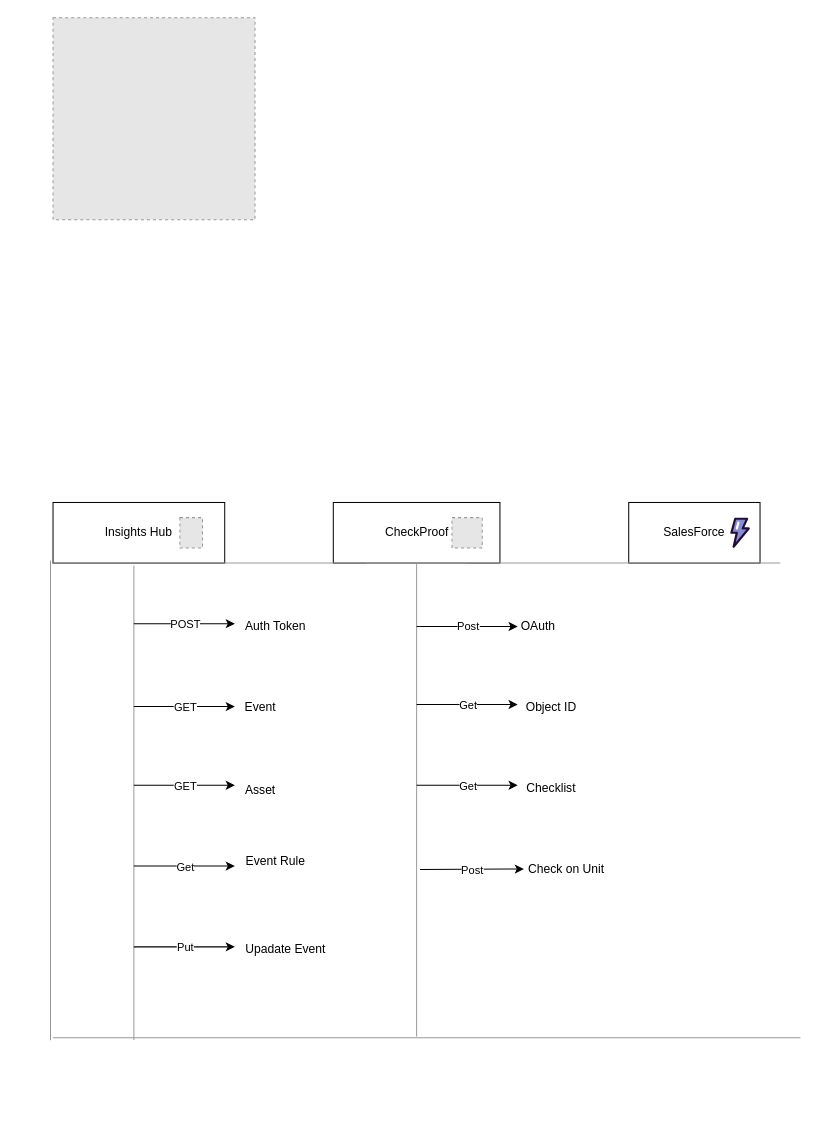
The draw.io diagram LLD.drawio in karthick-ridgeback/test, before the edit. Source tidied: cells renumbered, new cells numbered last; positions are measured from the earlier drawing's top-left corner, leaving out a move shared by most shapes. Both pictures are drawn from the tidied source at 101%, with x=0, y=0 at pixel (-190, 17). Pictures stored in the file or linked from it are replaced by grey dashed boxes.
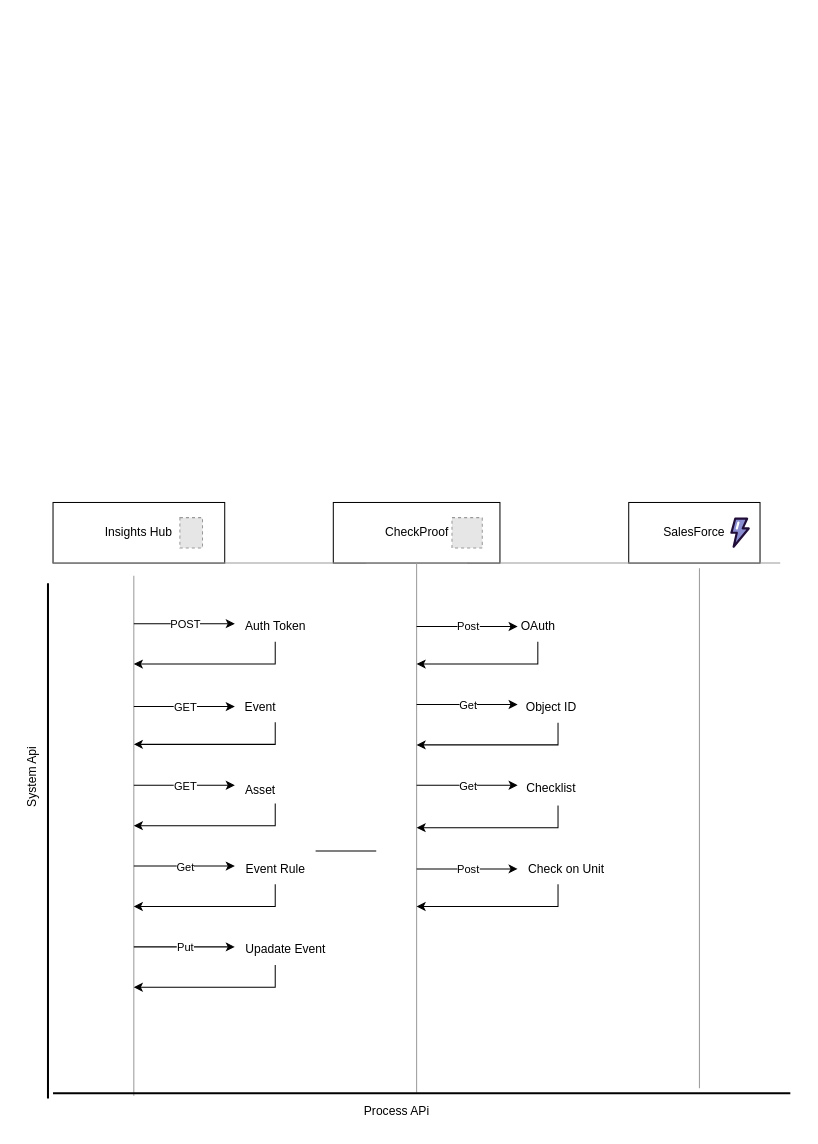
Above is the later version.

Unchanged cells that the change refers to:
```xml
<mxCell id="11" value="Auth Token" style="text;html=1;align=center;verticalAlign=middle;points=[];strokeColor=none;fillColor=none;" parent="1" vertex="1">
  <mxGeometry x="420" y="588" width="80" height="30" as="geometry" />
</mxCell>
```

Change to the diagram source:
```diff
@@
     <mxCell id="7" style="verticalLabelPosition=bottom;shadow=0;dashed=0;align=center;html=1;verticalAlign=top;strokeWidth=1;shape=mxgraph.mockup.markup.line;strokeColor=#999999;rotation=90;" parent="1" vertex="1">
-      <mxGeometry x="85.2" y="767.4" width="469.7" height="20" as="geometry" />
+      <mxGeometry x="62.6" y="800" width="514.8" height="20" as="geometry" />
     </mxCell>
     <mxCell id="8" style="verticalLabelPosition=bottom;shadow=0;dashed=0;align=center;html=1;verticalAlign=top;strokeWidth=1;shape=mxgraph.mockup.markup.line;strokeColor=#999999;rotation=90;" parent="1" vertex="1">
-      <mxGeometry x="365.6" y="764.4" width="468.8" height="20" as="geometry" />
+      <mxGeometry x="337.8" y="792.2" width="524.4" height="20" as="geometry" />
     </mxCell>
@@
+    <mxCell id="42" style="edgeStyle=orthogonalEdgeStyle;rounded=0;jettySize=auto;html=1;" parent="1" edge="1" source="11">
+      <mxGeometry relative="1" as="geometry">
+        <mxPoint x="320" y="640" as="targetPoint" />
+        <Array as="points">
+          <mxPoint x="460" y="640" />
+          <mxPoint x="320" y="640" />
+        </Array>
+      </mxGeometry>
+    </mxCell>
@@
     <mxCell id="20" value="Event Rule" style="text;html=1;align=center;verticalAlign=middle;strokeColor=none;fillColor=none;" parent="1" vertex="1">
-      <mxGeometry x="420" y="820" width="80" height="30" as="geometry" />
+      <mxGeometry x="420" y="828" width="80" height="30" as="geometry" />
     </mxCell>
@@
-    <mxCell id="33" style="endArrow=classic;html=1;rounded=0;exitX=0.647;exitY=0.334;exitDx=0;exitDy=0;exitPerimeter=0;" parent="1" edge="1" source="8">
-      <mxGeometry relative="1" as="geometry">
-        <mxPoint x="706.2" y="842.9" as="targetPoint" />
-      </mxGeometry>
-    </mxCell>
-    <mxCell id="34" value="Post" style="edgeLabel;html=1;align=center;verticalAlign=middle;" parent="33" vertex="1">
-      <mxGeometry relative="1" as="geometry" />
-    </mxCell>
@@
-    <mxCell id="36" style="verticalLabelPosition=bottom;shadow=0;dashed=0;align=center;html=1;verticalAlign=top;strokeWidth=1;shape=mxgraph.mockup.markup.line;strokeColor=#999999;" parent="1" vertex="1">
-      <mxGeometry x="240" y="1000" width="740" height="20" as="geometry" />
-    </mxCell>
-    <mxCell id="37" style="verticalLabelPosition=bottom;shadow=0;dashed=0;align=center;html=1;verticalAlign=top;strokeWidth=1;shape=mxgraph.mockup.markup.line;strokeColor=#999999;rotation=90;" parent="1" vertex="1">
-      <mxGeometry y="765" width="475" height="20" as="geometry" />
-    </mxCell>
@@
-    <mxCell id="39" style="fillColor=#E6E6E6;strokeColor=#999999;dashed=1;verticalLabelPosition=bottom;labelBackgroundColor=default;verticalAlign=top;" parent="1" vertex="1">
-      <mxGeometry x="240" width="200" height="200" as="geometry" />
-    </mxCell>
@@
+    <mxCell id="43" value="System Api" style="text;html=1;align=center;verticalAlign=middle;strokeColor=none;fillColor=none;rotation=-90;" parent="1" vertex="1">
+      <mxGeometry x="180" y="737.4" width="80" height="30" as="geometry" />
+    </mxCell>
+    <mxCell id="44" style="edgeStyle=orthogonalEdgeStyle;rounded=0;orthogonalLoop=1;jettySize=auto;html=1;" parent="1" edge="1">
+      <mxGeometry relative="1" as="geometry">
+        <mxPoint x="720" y="620" as="sourcePoint" />
+        <mxPoint x="600" y="640" as="targetPoint" />
+        <Array as="points">
+          <mxPoint x="720" y="618" />
+          <mxPoint x="720" y="640" />
+        </Array>
+      </mxGeometry>
+    </mxCell>
+    <mxCell id="45" style="line;strokeWidth=2;html=1;" parent="1" vertex="1">
+      <mxGeometry x="240" y="1060" width="730" height="10" as="geometry" />
+    </mxCell>
+    <mxCell id="46" value="Process APi" style="text;html=1;align=center;verticalAlign=middle;strokeColor=none;fillColor=none;" parent="1" vertex="1">
+      <mxGeometry x="535" y="1068" width="90" height="30" as="geometry" />
+    </mxCell>
+    <mxCell id="47" style="edgeStyle=orthogonalEdgeStyle;rounded=0;orthogonalLoop=1;jettySize=auto;html=1;" parent="1" edge="1">
+      <mxGeometry relative="1" as="geometry">
+        <mxPoint x="460" y="697.5" as="sourcePoint" />
+        <mxPoint x="320" y="719.5" as="targetPoint" />
+        <Array as="points">
+          <mxPoint x="460" y="719.5" />
+          <mxPoint x="320" y="719.5" />
+        </Array>
+      </mxGeometry>
+    </mxCell>
+    <mxCell id="48" style="edgeStyle=orthogonalEdgeStyle;rounded=0;orthogonalLoop=1;jettySize=auto;html=1;" parent="1" edge="1">
+      <mxGeometry relative="1" as="geometry">
+        <mxPoint x="460" y="778" as="sourcePoint" />
+        <mxPoint x="320" y="800" as="targetPoint" />
+        <Array as="points">
+          <mxPoint x="460" y="800" />
+        </Array>
+      </mxGeometry>
+    </mxCell>
+    <mxCell id="49" style="edgeStyle=orthogonalEdgeStyle;rounded=0;orthogonalLoop=1;jettySize=auto;html=1;" parent="1" edge="1">
+      <mxGeometry relative="1" as="geometry">
+        <mxPoint x="460" y="858" as="sourcePoint" />
+        <mxPoint x="320" y="880" as="targetPoint" />
+        <Array as="points">
+          <mxPoint x="460" y="880" />
+          <mxPoint x="320" y="880" />
+        </Array>
+      </mxGeometry>
+    </mxCell>
+    <mxCell id="50" style="edgeStyle=orthogonalEdgeStyle;rounded=0;orthogonalLoop=1;jettySize=auto;html=1;" parent="1" edge="1">
+      <mxGeometry relative="1" as="geometry">
+        <mxPoint x="460" y="938" as="sourcePoint" />
+        <mxPoint x="320" y="960" as="targetPoint" />
+        <Array as="points">
+          <mxPoint x="460" y="960" />
+          <mxPoint x="320" y="960" />
+        </Array>
+      </mxGeometry>
+    </mxCell>
+    <mxCell id="51" style="edgeStyle=orthogonalEdgeStyle;rounded=0;orthogonalLoop=1;jettySize=auto;html=1;" parent="1" edge="1">
+      <mxGeometry relative="1" as="geometry">
+        <mxPoint x="740" y="698" as="sourcePoint" />
+        <mxPoint x="600" y="720" as="targetPoint" />
+        <Array as="points">
+          <mxPoint x="740" y="720" />
+          <mxPoint x="600" y="720" />
+        </Array>
+      </mxGeometry>
+    </mxCell>
+    <mxCell id="52" style="edgeStyle=orthogonalEdgeStyle;rounded=0;orthogonalLoop=1;jettySize=auto;html=1;" parent="1" edge="1">
+      <mxGeometry relative="1" as="geometry">
+        <mxPoint x="740" y="780" as="sourcePoint" />
+        <mxPoint x="600" y="802" as="targetPoint" />
+        <Array as="points">
+          <mxPoint x="740" y="802" />
+          <mxPoint x="600" y="802" />
+        </Array>
+      </mxGeometry>
+    </mxCell>
+    <mxCell id="53" style="edgeStyle=orthogonalEdgeStyle;rounded=0;orthogonalLoop=1;jettySize=auto;html=1;" parent="1" edge="1">
+      <mxGeometry relative="1" as="geometry">
+        <mxPoint x="740" y="858" as="sourcePoint" />
+        <mxPoint x="600" y="880" as="targetPoint" />
+        <Array as="points">
+          <mxPoint x="740" y="880" />
+          <mxPoint x="600" y="880" />
+        </Array>
+      </mxGeometry>
+    </mxCell>
+    <mxCell id="54" style="endArrow=classic;html=1;rounded=0;" parent="1" edge="1">
+      <mxGeometry relative="1" as="geometry">
+        <mxPoint x="600" y="842.8" as="sourcePoint" />
+        <mxPoint x="700" y="842.8" as="targetPoint" />
+      </mxGeometry>
+    </mxCell>
+    <mxCell id="34" value="Post" style="edgeLabel;html=1;align=center;verticalAlign=middle;" parent="54" vertex="1">
+      <mxGeometry relative="1" as="geometry" />
+    </mxCell>
+    <mxCell id="55" style="line;strokeWidth=1;dashed=0;labelPosition=right;align=left;verticalAlign=middle;spacingTop=0;spacingLeft=6;" parent="1" vertex="1">
+      <mxGeometry x="500" y="820" width="60" height="10" as="geometry" />
+    </mxCell>
+    <mxCell id="56" style="line;strokeWidth=2;html=1;rotation=90;" parent="1" vertex="1">
+      <mxGeometry x="-20" y="810" width="510" height="10" as="geometry" />
+    </mxCell>
+    <mxCell id="57" style="verticalLabelPosition=bottom;shadow=0;dashed=0;align=center;html=1;verticalAlign=top;strokeWidth=1;shape=mxgraph.mockup.markup.line;strokeColor=#999999;rotation=90;" parent="1" vertex="1">
+      <mxGeometry x="622.5" y="792.5" width="515" height="20" as="geometry" />
+    </mxCell>
```
